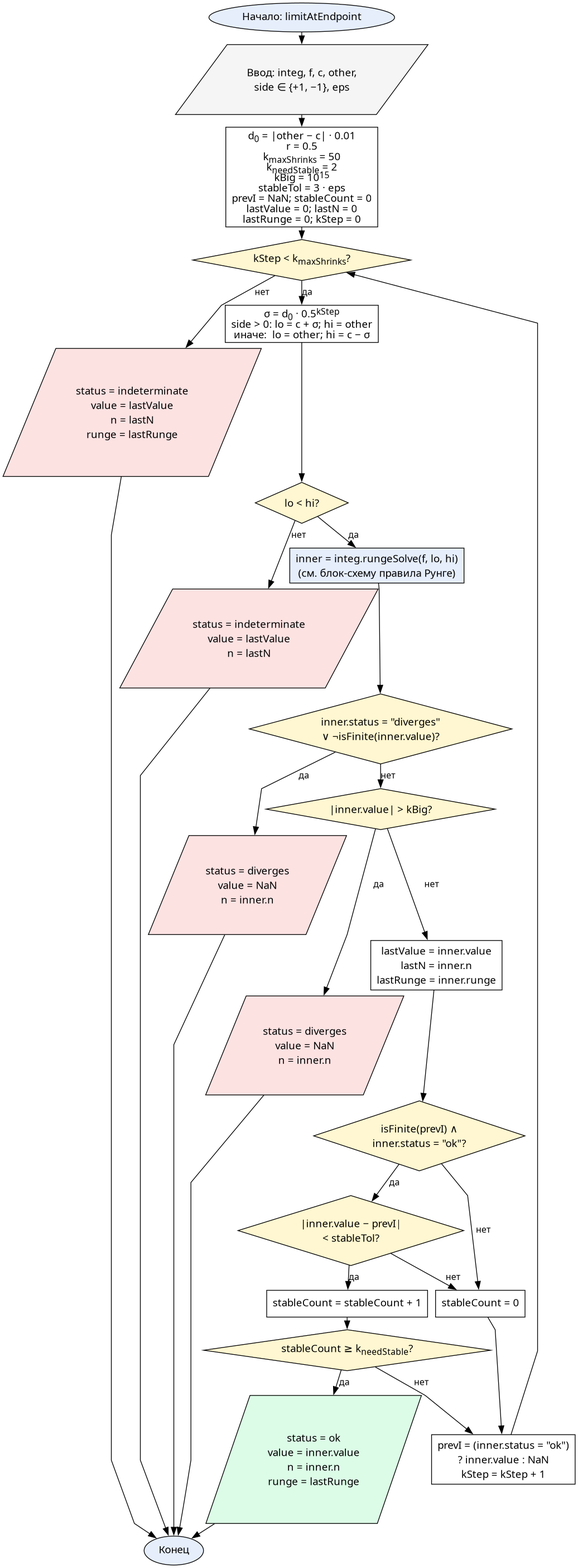
This is doc/resources/flowcharts/limit_at_endpoint.png from Oriptal/calc-math-lab2, a Graphviz export, as it was before one commit. Its source is kept beside it as doc/resources/flowcharts/limit_at_endpoint.dot.
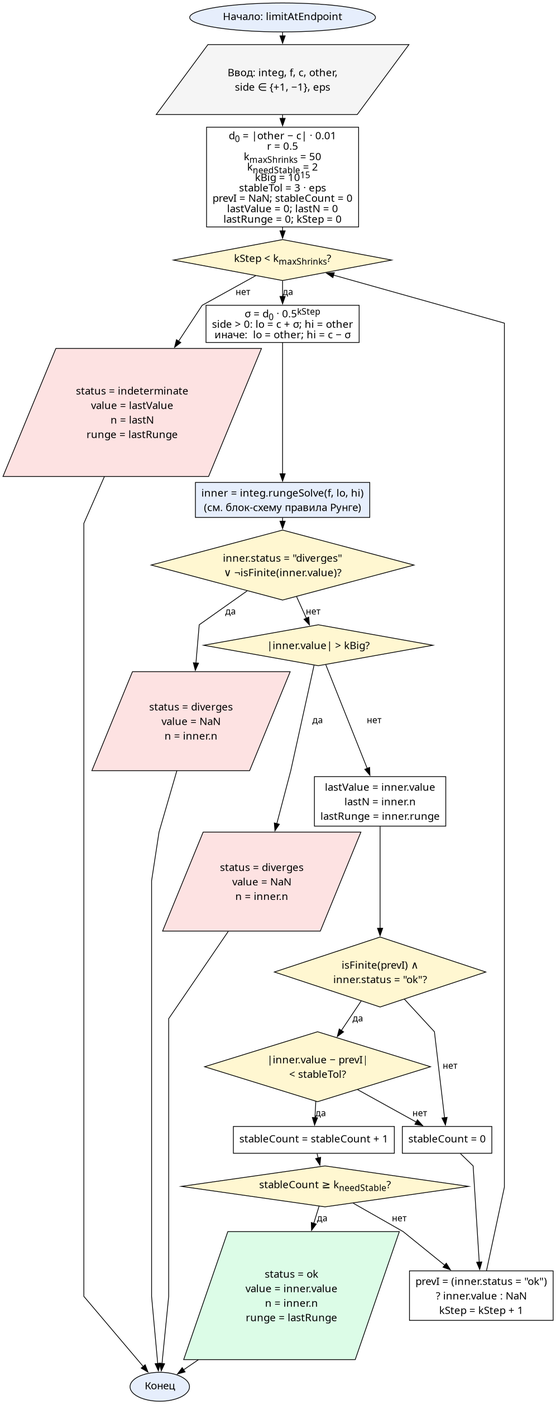
Above is the later version.

Commit message:
docs(flowcharts): drop unreachable lo<hi guard from limit_at_endpoint flowchart

The edit, as a diff of the source:
```diff
@@ -11,8 +11,6 @@
   retInd   [label=<status = indeterminate<BR/>value = lastValue<BR/>n = lastN<BR/>runge = lastRunge>, shape=parallelogram, fillcolor="#fde2e2"]
 
   comp     [label=<σ = d<SUB>0</SUB> · 0.5<SUP>kStep</SUP><BR/>side &gt; 0:&nbsp;lo = c + σ; hi = other<BR/>иначе:&nbsp;&nbsp;lo = other; hi = c − σ>, shape=box]
-  chkLoHi  [label=<lo &lt; hi?>, shape=diamond, fillcolor="#fff7d1"]
-  retIndLo [label=<status = indeterminate<BR/>value = lastValue<BR/>n = lastN>, shape=parallelogram, fillcolor="#fde2e2"]
 
   callRunge [label=<inner = integ.rungeSolve(f, lo, hi)<BR/>(см. блок-схему правила Рунге)>, shape=box, fillcolor="#e6eefc"]
 
@@ -39,10 +37,7 @@
   chkLoop -> retInd [label="нет"]
   retInd -> stop
   chkLoop -> comp [label="да"]
-  comp -> chkLoHi
-  chkLoHi -> retIndLo [label="нет"]
-  retIndLo -> stop
-  chkLoHi -> callRunge [label="да"]
+  comp -> callRunge
   callRunge -> chkDiv
   chkDiv -> retDiv [label="да"]
   retDiv -> stop
```
